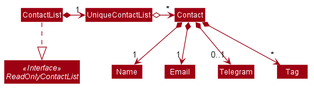
nus-cs2103-AY2021S1/tp keeps this PlantUML diagram as docs/images/ContactListDiagram.png. Above is the earlier version.
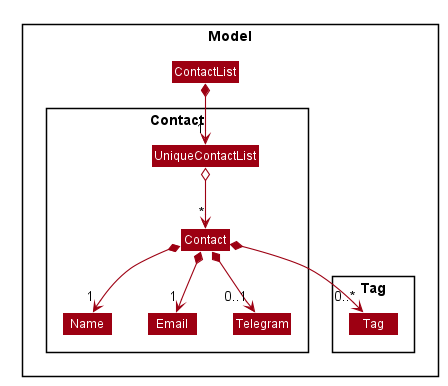
The same diagram one commit later.

What changed in the source:
```diff
@@ -51,15 +51,29 @@
 skinparam arrowColor #9D0012
 skinparam classBackgroundColor #9D0012
 
-Interface ReadOnlyContactList <<Interface>>
+Package Model <<Rectangle>> {
+class ContactList
 
-ContactList *-right-> "1" UniqueContactList
-ContactList .down.|> ReadOnlyContactList
+Package Contact <<Rectangle>> {
+class UniqueContactList
+class Name
+class Email
+class Telegram
+class Contact
+}
 
-UniqueContactList o-right->"*" Contact
+Package Tag {
+Class Tag
+}
+}
+
+ContactList *-down-> "1" UniqueContactList
+
+UniqueContactList o-down->"*" Contact
 
 Contact *-->"1" Name
 Contact *-->"1" Email
 Contact *-->"0..1" Telegram
-Contact *-->"*" Tag
+Contact *-->"0..*" Tag
+
 @enduml
```
